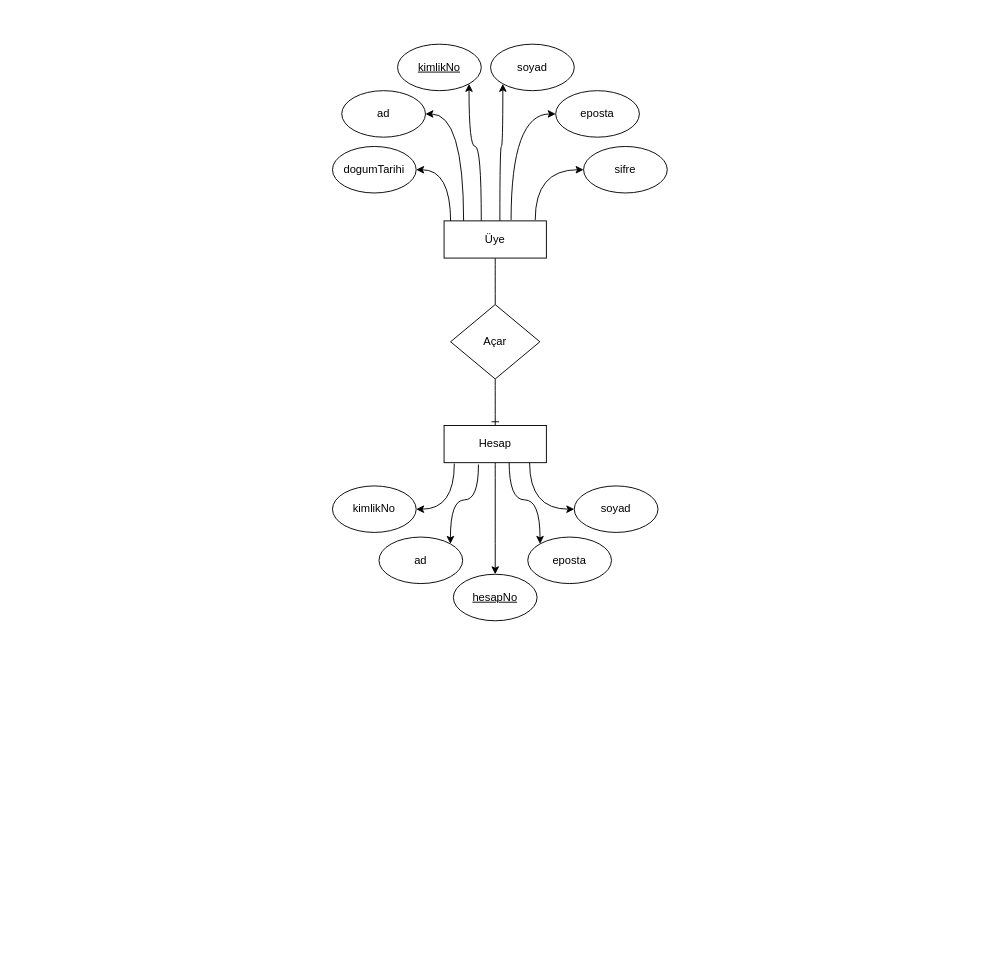
Earlier version of the draw.io diagram varlikiliski.drawio (smhcbr/flowcharts). Source tidied: cells renumbered, new cells numbered last; positions are measured from the earlier drawing's top-left corner, leaving out a move shared by most shapes. Both pictures are drawn from the tidied source at 93%, with x=0, y=0 at pixel (332, 44).
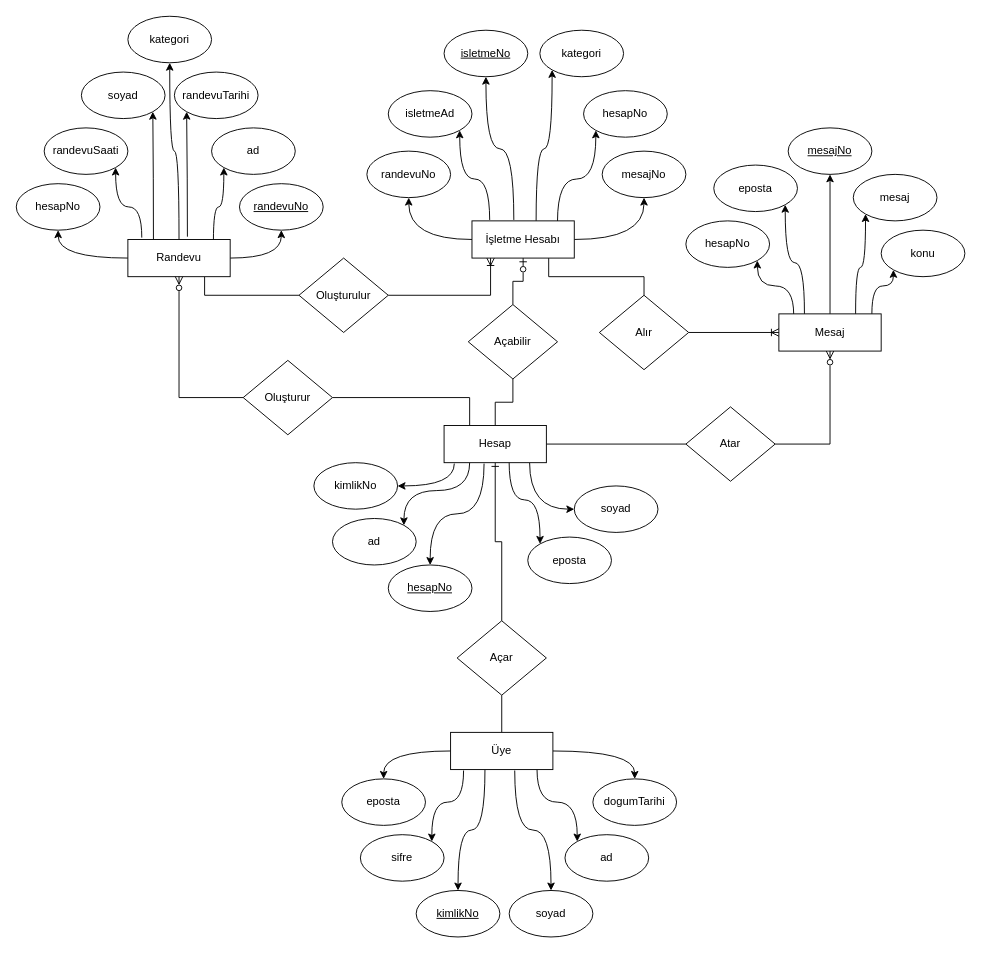
The same page after the edit.

The change refers to these unchanged cells:
```xml
<mxCell id="23" value="Hesap" style="rounded=0;whiteSpace=wrap;html=1;" parent="1" vertex="1">
  <mxGeometry x="120" y="410" width="110" height="40" as="geometry" />
</mxCell>
```

The edit, as a diff of the source:
```diff
@@
+    <mxCell id="8" style="edgeStyle=orthogonalEdgeStyle;jettySize=auto;html=1;endArrow=none;endFill=0;rounded=0;" parent="1" edge="1" source="9" target="17">
+      <mxGeometry relative="1" as="geometry" />
+    </mxCell>
-    <mxCell id="2" style="edgeStyle=orthogonalEdgeStyle;jettySize=auto;html=1;entryX=1;entryY=0.5;entryDx=0;entryDy=0;curved=1;exitX=0.064;exitY=0.025;exitDx=0;exitDy=0;exitPerimeter=0;" parent="1" edge="1" source="9" target="15">
+    <mxCell id="2" style="edgeStyle=orthogonalEdgeStyle;jettySize=auto;html=1;entryX=0.5;entryY=0;entryDx=0;entryDy=0;endArrow=classic;endFill=1;curved=1;" parent="1" edge="1" source="9" target="15">
       <mxGeometry relative="1" as="geometry" />
     </mxCell>
-    <mxCell id="3" style="edgeStyle=orthogonalEdgeStyle;curved=1;jettySize=auto;html=1;entryX=1;entryY=0.5;entryDx=0;entryDy=0;exitX=0.191;exitY=0;exitDx=0;exitDy=0;exitPerimeter=0;" parent="1" edge="1" source="9" target="11">
+    <mxCell id="3" style="edgeStyle=orthogonalEdgeStyle;curved=1;jettySize=auto;html=1;exitX=0.845;exitY=1;exitDx=0;exitDy=0;entryX=0;entryY=0;entryDx=0;entryDy=0;endArrow=classic;endFill=1;exitPerimeter=0;" parent="1" edge="1" source="9" target="11">
       <mxGeometry relative="1" as="geometry" />
     </mxCell>
+    <mxCell id="5" style="edgeStyle=orthogonalEdgeStyle;curved=1;jettySize=auto;html=1;entryX=0.5;entryY=0;entryDx=0;entryDy=0;endArrow=classic;endFill=1;exitX=0.627;exitY=1.025;exitDx=0;exitDy=0;exitPerimeter=0;" parent="1" edge="1" source="9" target="12">
+      <mxGeometry relative="1" as="geometry" />
+    </mxCell>
+    <mxCell id="7" style="edgeStyle=orthogonalEdgeStyle;curved=1;jettySize=auto;html=1;exitX=0.127;exitY=1.025;exitDx=0;exitDy=0;entryX=1;entryY=0;entryDx=0;entryDy=0;endArrow=classic;endFill=1;exitPerimeter=0;" parent="1" edge="1" source="9" target="14">
+      <mxGeometry relative="1" as="geometry" />
+    </mxCell>
-    <mxCell id="4" style="edgeStyle=orthogonalEdgeStyle;curved=1;jettySize=auto;html=1;entryX=1;entryY=1;entryDx=0;entryDy=0;" parent="1" edge="1" source="9" target="10">
-      <mxGeometry relative="1" as="geometry">
-        <Array as="points">
-          <mxPoint x="160" y="110" />
-          <mxPoint x="147" y="110" />
-        </Array>
-      </mxGeometry>
+    <mxCell id="4" style="edgeStyle=orthogonalEdgeStyle;curved=1;jettySize=auto;html=1;entryX=0.5;entryY=0;entryDx=0;entryDy=0;endArrow=classic;endFill=1;exitX=0.336;exitY=1;exitDx=0;exitDy=0;exitPerimeter=0;" parent="1" edge="1" source="9" target="10">
+      <mxGeometry relative="1" as="geometry" />
     </mxCell>
-    <mxCell id="5" style="edgeStyle=orthogonalEdgeStyle;curved=1;jettySize=auto;html=1;entryX=0;entryY=1;entryDx=0;entryDy=0;" parent="1" edge="1" source="9" target="12">
-      <mxGeometry relative="1" as="geometry">
-        <Array as="points">
-          <mxPoint x="180" y="110" />
-          <mxPoint x="183" y="110" />
-        </Array>
-      </mxGeometry>
-    </mxCell>
-    <mxCell id="6" style="edgeStyle=orthogonalEdgeStyle;curved=1;jettySize=auto;html=1;entryX=0;entryY=0.5;entryDx=0;entryDy=0;exitX=0.655;exitY=-0.025;exitDx=0;exitDy=0;exitPerimeter=0;" parent="1" edge="1" source="9" target="13">
-      <mxGeometry relative="1" as="geometry">
-        <Array as="points">
-          <mxPoint x="192" y="75" />
-        </Array>
-      </mxGeometry>
+    <mxCell id="6" style="edgeStyle=orthogonalEdgeStyle;curved=1;jettySize=auto;html=1;entryX=0.5;entryY=0;entryDx=0;entryDy=0;endArrow=classic;endFill=1;" parent="1" edge="1" source="9" target="13">
+      <mxGeometry relative="1" as="geometry" />
     </mxCell>
-    <mxCell id="7" style="edgeStyle=orthogonalEdgeStyle;curved=1;jettySize=auto;html=1;exitX=0.891;exitY=-0.025;exitDx=0;exitDy=0;entryX=0;entryY=0.5;entryDx=0;entryDy=0;exitPerimeter=0;" parent="1" edge="1" source="9" target="14">
-      <mxGeometry relative="1" as="geometry" />
-    </mxCell>
-    <mxCell id="8" style="edgeStyle=orthogonalEdgeStyle;curved=1;jettySize=auto;html=1;endArrow=none;endFill=0;" parent="1" edge="1" source="9" target="17">
-      <mxGeometry relative="1" as="geometry" />
-    </mxCell>
     <mxCell id="9" value="Üye" style="rounded=0;whiteSpace=wrap;html=1;" parent="1" vertex="1">
-      <mxGeometry x="120" y="190" width="110" height="40" as="geometry" />
+      <mxGeometry x="127" y="740" width="110" height="40" as="geometry" />
     </mxCell>
     <mxCell id="10" value="&lt;u&gt;kimlikNo&lt;/u&gt;" style="ellipse;whiteSpace=wrap;html=1;" parent="1" vertex="1">
-      <mxGeometry x="70" width="90" height="50" as="geometry" />
+      <mxGeometry x="90" y="910" width="90" height="50" as="geometry" />
     </mxCell>
     <mxCell id="11" value="ad" style="ellipse;whiteSpace=wrap;html=1;" parent="1" vertex="1">
-      <mxGeometry x="10" y="50" width="90" height="50" as="geometry" />
+      <mxGeometry x="250" y="850" width="90" height="50" as="geometry" />
     </mxCell>
     <mxCell id="12" value="soyad" style="ellipse;whiteSpace=wrap;html=1;" parent="1" vertex="1">
-      <mxGeometry x="170" width="90" height="50" as="geometry" />
+      <mxGeometry x="190" y="910" width="90" height="50" as="geometry" />
     </mxCell>
     <mxCell id="13" value="eposta" style="ellipse;whiteSpace=wrap;html=1;" parent="1" vertex="1">
-      <mxGeometry x="240" y="50" width="90" height="50" as="geometry" />
+      <mxGeometry x="10" y="790" width="90" height="50" as="geometry" />
     </mxCell>
     <mxCell id="14" value="sifre" style="ellipse;whiteSpace=wrap;html=1;" parent="1" vertex="1">
-      <mxGeometry x="270" y="110" width="90" height="50" as="geometry" />
+      <mxGeometry x="30" y="850" width="90" height="50" as="geometry" />
     </mxCell>
     <mxCell id="15" value="dogumTarihi" style="ellipse;whiteSpace=wrap;html=1;" parent="1" vertex="1">
-      <mxGeometry y="110" width="90" height="50" as="geometry" />
+      <mxGeometry x="280" y="790" width="90" height="50" as="geometry" />
     </mxCell>
-    <mxCell id="16" style="edgeStyle=orthogonalEdgeStyle;curved=1;jettySize=auto;html=1;endArrow=ERone;endFill=0;" parent="1" edge="1" source="17" target="23">
+    <mxCell id="16" style="edgeStyle=orthogonalEdgeStyle;jettySize=auto;html=1;endArrow=ERone;endFill=0;rounded=0;" parent="1" edge="1" source="17" target="23">
       <mxGeometry relative="1" as="geometry" />
     </mxCell>
     <mxCell id="17" value="Açar" style="rhombus;whiteSpace=wrap;html=1;" parent="1" vertex="1">
-      <mxGeometry x="127" y="280" width="96" height="80" as="geometry" />
+      <mxGeometry x="134" y="620" width="96" height="80" as="geometry" />
     </mxCell>
@@
-    <mxCell id="20" style="edgeStyle=orthogonalEdgeStyle;curved=1;jettySize=auto;html=1;exitX=0.5;exitY=1;exitDx=0;exitDy=0;entryX=0.5;entryY=0;entryDx=0;entryDy=0;endArrow=classic;endFill=1;" parent="1" edge="1" source="23" target="27">
+    <mxCell id="20" style="edgeStyle=orthogonalEdgeStyle;curved=1;jettySize=auto;html=1;exitX=0.391;exitY=1.025;exitDx=0;exitDy=0;entryX=0.5;entryY=0;entryDx=0;entryDy=0;endArrow=classic;endFill=1;exitPerimeter=0;" parent="1" edge="1" source="23" target="27">
       <mxGeometry relative="1" as="geometry" />
     </mxCell>
@@
-    <mxCell id="22" style="edgeStyle=orthogonalEdgeStyle;curved=1;jettySize=auto;html=1;exitX=0.336;exitY=1.05;exitDx=0;exitDy=0;entryX=1;entryY=0;entryDx=0;entryDy=0;endArrow=classic;endFill=1;exitPerimeter=0;" parent="1" edge="1" source="23" target="24">
+    <mxCell id="22" style="edgeStyle=orthogonalEdgeStyle;curved=1;jettySize=auto;html=1;exitX=0.25;exitY=1;exitDx=0;exitDy=0;entryX=1;entryY=0;entryDx=0;entryDy=0;endArrow=classic;endFill=1;" parent="1" edge="1" source="23" target="24">
       <mxGeometry relative="1" as="geometry" />
     </mxCell>
+    <mxCell id="29" style="edgeStyle=orthogonalEdgeStyle;jettySize=auto;html=1;entryX=0;entryY=0.5;entryDx=0;entryDy=0;endArrow=none;endFill=0;rounded=0;" parent="1" edge="1" source="23" target="44">
+      <mxGeometry relative="1" as="geometry" />
+    </mxCell>
+    <mxCell id="30" style="edgeStyle=orthogonalEdgeStyle;rounded=0;jettySize=auto;html=1;exitX=0.25;exitY=0;exitDx=0;exitDy=0;entryX=1;entryY=0.5;entryDx=0;entryDy=0;endArrow=none;endFill=0;" parent="1" edge="1" source="23" target="55">
+      <mxGeometry relative="1" as="geometry" />
+    </mxCell>
+    <mxCell id="31" style="edgeStyle=orthogonalEdgeStyle;jettySize=auto;html=1;entryX=0.5;entryY=1;entryDx=0;entryDy=0;endArrow=none;endFill=0;rounded=0;" parent="1" edge="1" source="23" target="64">
+      <mxGeometry relative="1" as="geometry" />
+    </mxCell>
@@
     <mxCell id="24" value="ad" style="ellipse;whiteSpace=wrap;html=1;" parent="1" vertex="1">
-      <mxGeometry x="50" y="530" width="90" height="50" as="geometry" />
+      <mxGeometry y="510" width="90" height="50" as="geometry" />
     </mxCell>
@@
     <mxCell id="27" value="&lt;u&gt;hesapNo&lt;/u&gt;" style="ellipse;whiteSpace=wrap;html=1;" parent="1" vertex="1">
-      <mxGeometry x="130" y="570" width="90" height="50" as="geometry" />
+      <mxGeometry x="60" y="560" width="90" height="50" as="geometry" />
     </mxCell>
     <mxCell id="28" value="kimlikNo" style="ellipse;whiteSpace=wrap;html=1;" parent="1" vertex="1">
-      <mxGeometry y="475" width="90" height="50" as="geometry" />
+      <mxGeometry x="-20" y="450" width="90" height="50" as="geometry" />
     </mxCell>
+    <mxCell id="32" style="edgeStyle=orthogonalEdgeStyle;rounded=0;jettySize=auto;html=1;entryX=0.5;entryY=1;entryDx=0;entryDy=0;endArrow=classic;endFill=1;" parent="1" edge="1" source="37" target="38">
+      <mxGeometry relative="1" as="geometry" />
+    </mxCell>
+    <mxCell id="33" style="edgeStyle=orthogonalEdgeStyle;jettySize=auto;html=1;exitX=0.25;exitY=0;exitDx=0;exitDy=0;entryX=1;entryY=1;entryDx=0;entryDy=0;endArrow=classic;endFill=1;curved=1;" parent="1" edge="1" source="37" target="39">
+      <mxGeometry relative="1" as="geometry" />
+    </mxCell>
+    <mxCell id="34" style="edgeStyle=orthogonalEdgeStyle;curved=1;jettySize=auto;html=1;exitX=0.145;exitY=0.025;exitDx=0;exitDy=0;endArrow=classic;endFill=1;exitPerimeter=0;entryX=1;entryY=1;entryDx=0;entryDy=0;" parent="1" edge="1" source="37" target="42">
+      <mxGeometry relative="1" as="geometry">
+        <Array as="points">
+          <mxPoint x="496" y="260" />
+          <mxPoint x="457" y="260" />
+        </Array>
+      </mxGeometry>
+    </mxCell>
+    <mxCell id="35" style="edgeStyle=orthogonalEdgeStyle;curved=1;jettySize=auto;html=1;exitX=0.909;exitY=0;exitDx=0;exitDy=0;entryX=0;entryY=1;entryDx=0;entryDy=0;endArrow=classic;endFill=1;exitPerimeter=0;" parent="1" edge="1" source="37" target="41">
+      <mxGeometry relative="1" as="geometry">
+        <Array as="points">
+          <mxPoint x="580" y="260" />
+          <mxPoint x="603" y="260" />
+        </Array>
+      </mxGeometry>
+    </mxCell>
+    <mxCell id="36" style="edgeStyle=orthogonalEdgeStyle;curved=1;jettySize=auto;html=1;exitX=0.75;exitY=0;exitDx=0;exitDy=0;entryX=0;entryY=1;entryDx=0;entryDy=0;endArrow=classic;endFill=1;" parent="1" edge="1" source="37" target="40">
+      <mxGeometry relative="1" as="geometry" />
+    </mxCell>
+    <mxCell id="37" value="Mesaj" style="rounded=0;whiteSpace=wrap;html=1;" parent="1" vertex="1">
+      <mxGeometry x="480" y="290" width="110" height="40" as="geometry" />
+    </mxCell>
+    <mxCell id="38" value="&lt;u&gt;mesajNo&lt;/u&gt;" style="ellipse;whiteSpace=wrap;html=1;" parent="1" vertex="1">
+      <mxGeometry x="490" y="90" width="90" height="50" as="geometry" />
+    </mxCell>
+    <mxCell id="39" value="eposta" style="ellipse;whiteSpace=wrap;html=1;" parent="1" vertex="1">
+      <mxGeometry x="410" y="130" width="90" height="50" as="geometry" />
+    </mxCell>
+    <mxCell id="40" value="mesaj" style="ellipse;whiteSpace=wrap;html=1;" parent="1" vertex="1">
+      <mxGeometry x="560" y="140" width="90" height="50" as="geometry" />
+    </mxCell>
+    <mxCell id="41" value="konu" style="ellipse;whiteSpace=wrap;html=1;" parent="1" vertex="1">
+      <mxGeometry x="590" y="200" width="90" height="50" as="geometry" />
+    </mxCell>
+    <mxCell id="42" value="hesapNo" style="ellipse;whiteSpace=wrap;html=1;" parent="1" vertex="1">
+      <mxGeometry x="380" y="190" width="90" height="50" as="geometry" />
+    </mxCell>
+    <mxCell id="43" style="edgeStyle=orthogonalEdgeStyle;rounded=0;jettySize=auto;html=1;entryX=0.5;entryY=1;entryDx=0;entryDy=0;endArrow=ERzeroToMany;endFill=0;exitX=1;exitY=0.5;exitDx=0;exitDy=0;" parent="1" edge="1" source="44" target="37">
+      <mxGeometry relative="1" as="geometry" />
+    </mxCell>
+    <mxCell id="44" value="Atar" style="rhombus;whiteSpace=wrap;html=1;" parent="1" vertex="1">
+      <mxGeometry x="380" y="390" width="96" height="80" as="geometry" />
+    </mxCell>
+    <mxCell id="45" style="edgeStyle=orthogonalEdgeStyle;jettySize=auto;html=1;exitX=1;exitY=0.5;exitDx=0;exitDy=0;entryX=0.5;entryY=1;entryDx=0;entryDy=0;endArrow=classic;endFill=1;curved=1;" parent="1" edge="1" source="53" target="56">
+      <mxGeometry relative="1" as="geometry" />
+    </mxCell>
+    <mxCell id="46" style="edgeStyle=orthogonalEdgeStyle;curved=1;jettySize=auto;html=1;exitX=0.836;exitY=0.05;exitDx=0;exitDy=0;entryX=0;entryY=1;entryDx=0;entryDy=0;endArrow=classic;endFill=1;exitPerimeter=0;" parent="1" edge="1" source="53" target="57">
+      <mxGeometry relative="1" as="geometry" />
+    </mxCell>
+    <mxCell id="47" style="edgeStyle=orthogonalEdgeStyle;curved=1;jettySize=auto;html=1;entryX=0.5;entryY=1;entryDx=0;entryDy=0;endArrow=classic;endFill=1;" parent="1" edge="1" source="53" target="61">
+      <mxGeometry relative="1" as="geometry" />
+    </mxCell>
+    <mxCell id="48" style="edgeStyle=orthogonalEdgeStyle;curved=1;jettySize=auto;html=1;exitX=0.136;exitY=-0.05;exitDx=0;exitDy=0;entryX=1;entryY=1;entryDx=0;entryDy=0;endArrow=classic;endFill=1;exitPerimeter=0;" parent="1" edge="1" source="53" target="60">
+      <mxGeometry relative="1" as="geometry" />
+    </mxCell>
+    <mxCell id="49" style="edgeStyle=orthogonalEdgeStyle;curved=1;jettySize=auto;html=1;exitX=0.582;exitY=-0.075;exitDx=0;exitDy=0;entryX=0;entryY=1;entryDx=0;entryDy=0;endArrow=classic;endFill=1;exitPerimeter=0;" parent="1" edge="1" source="53" target="58">
+      <mxGeometry relative="1" as="geometry" />
+    </mxCell>
+    <mxCell id="50" style="edgeStyle=orthogonalEdgeStyle;curved=1;jettySize=auto;html=1;entryX=1;entryY=1;entryDx=0;entryDy=0;endArrow=classic;endFill=1;exitX=0.25;exitY=0;exitDx=0;exitDy=0;" parent="1" edge="1" source="53" target="59">
+      <mxGeometry relative="1" as="geometry" />
+    </mxCell>
+    <mxCell id="51" style="edgeStyle=orthogonalEdgeStyle;curved=1;jettySize=auto;html=1;entryX=0.5;entryY=1;entryDx=0;entryDy=0;endArrow=classic;endFill=1;" parent="1" edge="1" source="53" target="62">
+      <mxGeometry relative="1" as="geometry" />
+    </mxCell>
+    <mxCell id="52" style="edgeStyle=orthogonalEdgeStyle;rounded=0;jettySize=auto;html=1;exitX=0.75;exitY=1;exitDx=0;exitDy=0;entryX=0;entryY=0.5;entryDx=0;entryDy=0;startArrow=none;startFill=0;endArrow=none;endFill=0;" parent="1" edge="1" source="53" target="82">
+      <mxGeometry relative="1" as="geometry" />
+    </mxCell>
+    <mxCell id="53" value="Randevu" style="rounded=0;whiteSpace=wrap;html=1;" parent="1" vertex="1">
+      <mxGeometry x="-220" y="210" width="110" height="40" as="geometry" />
+    </mxCell>
+    <mxCell id="54" style="edgeStyle=orthogonalEdgeStyle;rounded=0;jettySize=auto;html=1;entryX=0.5;entryY=1;entryDx=0;entryDy=0;endArrow=ERzeroToMany;endFill=0;" parent="1" edge="1" source="55" target="53">
+      <mxGeometry relative="1" as="geometry" />
+    </mxCell>
+    <mxCell id="55" value="Oluşturur" style="rhombus;whiteSpace=wrap;html=1;" parent="1" vertex="1">
+      <mxGeometry x="-96" y="340" width="96" height="80" as="geometry" />
+    </mxCell>
+    <mxCell id="56" value="&lt;u&gt;randevuNo&lt;/u&gt;" style="ellipse;whiteSpace=wrap;html=1;" parent="1" vertex="1">
+      <mxGeometry x="-100" y="150" width="90" height="50" as="geometry" />
+    </mxCell>
+    <mxCell id="57" value="ad" style="ellipse;whiteSpace=wrap;html=1;" parent="1" vertex="1">
+      <mxGeometry x="-130" y="90" width="90" height="50" as="geometry" />
+    </mxCell>
+    <mxCell id="58" value="randevuTarihi" style="ellipse;whiteSpace=wrap;html=1;" parent="1" vertex="1">
+      <mxGeometry x="-170" y="30" width="90" height="50" as="geometry" />
+    </mxCell>
+    <mxCell id="59" value="soyad" style="ellipse;whiteSpace=wrap;html=1;" parent="1" vertex="1">
+      <mxGeometry x="-270" y="30" width="90" height="50" as="geometry" />
+    </mxCell>
+    <mxCell id="60" value="randevuSaati" style="ellipse;whiteSpace=wrap;html=1;" parent="1" vertex="1">
+      <mxGeometry x="-310" y="90" width="90" height="50" as="geometry" />
+    </mxCell>
+    <mxCell id="61" value="hesapNo" style="ellipse;whiteSpace=wrap;html=1;" parent="1" vertex="1">
+      <mxGeometry x="-340" y="150" width="90" height="50" as="geometry" />
+    </mxCell>
+    <mxCell id="62" value="kategori" style="ellipse;whiteSpace=wrap;html=1;" parent="1" vertex="1">
+      <mxGeometry x="-220" y="-30" width="90" height="50" as="geometry" />
+    </mxCell>
+    <mxCell id="63" style="edgeStyle=orthogonalEdgeStyle;jettySize=auto;html=1;entryX=0.5;entryY=1;entryDx=0;entryDy=0;endArrow=ERzeroToOne;endFill=0;rounded=0;" parent="1" edge="1" source="64" target="73">
+      <mxGeometry relative="1" as="geometry" />
+    </mxCell>
+    <mxCell id="64" value="Açabilir" style="rhombus;whiteSpace=wrap;html=1;" parent="1" vertex="1">
+      <mxGeometry x="146" y="280" width="96" height="80" as="geometry" />
+    </mxCell>
+    <mxCell id="65" style="edgeStyle=orthogonalEdgeStyle;jettySize=auto;html=1;entryX=0.5;entryY=1;entryDx=0;entryDy=0;endArrow=classic;endFill=1;curved=1;" parent="1" edge="1" source="73" target="79">
+      <mxGeometry relative="1" as="geometry" />
+    </mxCell>
+    <mxCell id="66" style="edgeStyle=orthogonalEdgeStyle;curved=1;jettySize=auto;html=1;entryX=0.5;entryY=1;entryDx=0;entryDy=0;endArrow=classic;endFill=1;" parent="1" edge="1" source="73" target="78">
+      <mxGeometry relative="1" as="geometry" />
+    </mxCell>
+    <mxCell id="67" style="edgeStyle=orthogonalEdgeStyle;curved=1;jettySize=auto;html=1;exitX=0.173;exitY=-0.025;exitDx=0;exitDy=0;entryX=1;entryY=1;entryDx=0;entryDy=0;endArrow=classic;endFill=1;exitPerimeter=0;" parent="1" edge="1" source="73" target="76">
+      <mxGeometry relative="1" as="geometry" />
+    </mxCell>
+    <mxCell id="68" style="edgeStyle=orthogonalEdgeStyle;curved=1;jettySize=auto;html=1;exitX=0.836;exitY=0.025;exitDx=0;exitDy=0;entryX=0;entryY=1;entryDx=0;entryDy=0;endArrow=classic;endFill=1;exitPerimeter=0;" parent="1" edge="1" source="73" target="75">
+      <mxGeometry relative="1" as="geometry" />
+    </mxCell>
+    <mxCell id="69" style="edgeStyle=orthogonalEdgeStyle;curved=1;jettySize=auto;html=1;entryX=0;entryY=1;entryDx=0;entryDy=0;endArrow=classic;endFill=1;exitX=0.627;exitY=0;exitDx=0;exitDy=0;exitPerimeter=0;" parent="1" edge="1" source="73" target="77">
+      <mxGeometry relative="1" as="geometry" />
+    </mxCell>
+    <mxCell id="70" style="edgeStyle=orthogonalEdgeStyle;curved=1;jettySize=auto;html=1;entryX=0.5;entryY=1;entryDx=0;entryDy=0;endArrow=classic;endFill=1;exitX=0.409;exitY=-0.025;exitDx=0;exitDy=0;exitPerimeter=0;" parent="1" edge="1" source="73" target="74">
+      <mxGeometry relative="1" as="geometry" />
+    </mxCell>
+    <mxCell id="71" style="edgeStyle=orthogonalEdgeStyle;jettySize=auto;html=1;exitX=0.75;exitY=1;exitDx=0;exitDy=0;entryX=0.5;entryY=0;entryDx=0;entryDy=0;endArrow=none;endFill=0;rounded=0;" parent="1" edge="1" source="73" target="81">
+      <mxGeometry relative="1" as="geometry" />
+    </mxCell>
+    <mxCell id="72" style="edgeStyle=orthogonalEdgeStyle;rounded=0;jettySize=auto;html=1;endArrow=none;endFill=0;entryX=1;entryY=0.5;entryDx=0;entryDy=0;startArrow=ERoneToMany;startFill=0;" parent="1" edge="1" target="82">
+      <mxGeometry relative="1" as="geometry">
+        <mxPoint x="170" y="230" as="sourcePoint" />
+        <Array as="points">
+          <mxPoint x="170" y="270" />
+        </Array>
+      </mxGeometry>
+    </mxCell>
+    <mxCell id="73" value="İşletme Hesabı" style="rounded=0;whiteSpace=wrap;html=1;" parent="1" vertex="1">
+      <mxGeometry x="150" y="190" width="110" height="40" as="geometry" />
+    </mxCell>
+    <mxCell id="74" value="&lt;u&gt;isletmeNo&lt;/u&gt;" style="ellipse;whiteSpace=wrap;html=1;" parent="1" vertex="1">
+      <mxGeometry x="120" y="-15" width="90" height="50" as="geometry" />
+    </mxCell>
+    <mxCell id="75" value="hesapNo" style="ellipse;whiteSpace=wrap;html=1;" parent="1" vertex="1">
+      <mxGeometry x="270" y="50" width="90" height="50" as="geometry" />
+    </mxCell>
+    <mxCell id="76" value="isletmeAd" style="ellipse;whiteSpace=wrap;html=1;" parent="1" vertex="1">
+      <mxGeometry x="60" y="50" width="90" height="50" as="geometry" />
+    </mxCell>
+    <mxCell id="77" value="kategori" style="ellipse;whiteSpace=wrap;html=1;" parent="1" vertex="1">
+      <mxGeometry x="223" y="-15" width="90" height="50" as="geometry" />
+    </mxCell>
+    <mxCell id="78" value="randevuNo" style="ellipse;whiteSpace=wrap;html=1;" parent="1" vertex="1">
+      <mxGeometry x="37" y="115" width="90" height="50" as="geometry" />
+    </mxCell>
+    <mxCell id="79" value="mesajNo" style="ellipse;whiteSpace=wrap;html=1;" parent="1" vertex="1">
+      <mxGeometry x="290" y="115" width="90" height="50" as="geometry" />
+    </mxCell>
+    <mxCell id="80" style="edgeStyle=orthogonalEdgeStyle;rounded=0;jettySize=auto;html=1;entryX=0;entryY=0.5;entryDx=0;entryDy=0;endArrow=ERoneToMany;endFill=0;" parent="1" edge="1" source="81" target="37">
+      <mxGeometry relative="1" as="geometry" />
+    </mxCell>
+    <mxCell id="81" value="Alır" style="rhombus;whiteSpace=wrap;html=1;" parent="1" vertex="1">
+      <mxGeometry x="287" y="270" width="96" height="80" as="geometry" />
+    </mxCell>
+    <mxCell id="82" value="Oluşturulur" style="rhombus;whiteSpace=wrap;html=1;" parent="1" vertex="1">
+      <mxGeometry x="-36" y="230" width="96" height="80" as="geometry" />
+    </mxCell>
```
